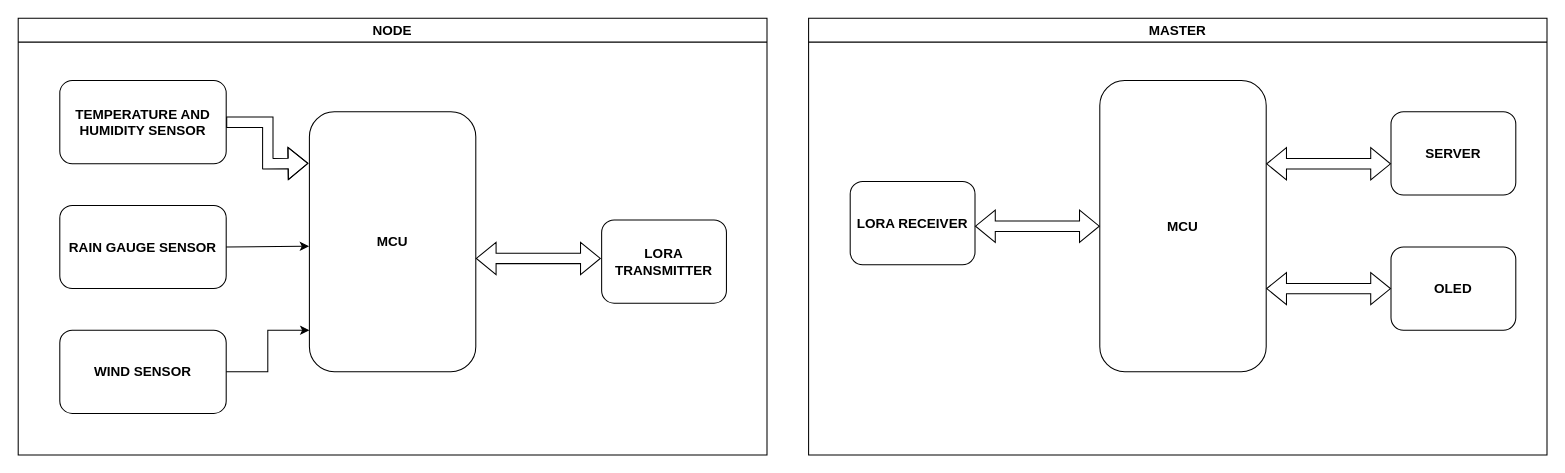
This is Image/Sơ đồ khối/Biểu đồ không có tiêu đề.drawio from tuanthanhhh/Weather_Monitoring_Station_System, a draw.io file, before an edit. Source tidied: cells renumbered, new cells numbered last; positions are measured from the earlier drawing's top-left corner, leaving out a move shared by most shapes. Both pictures are drawn from the tidied source at 104%, with x=0, y=0 at pixel (18, 18).
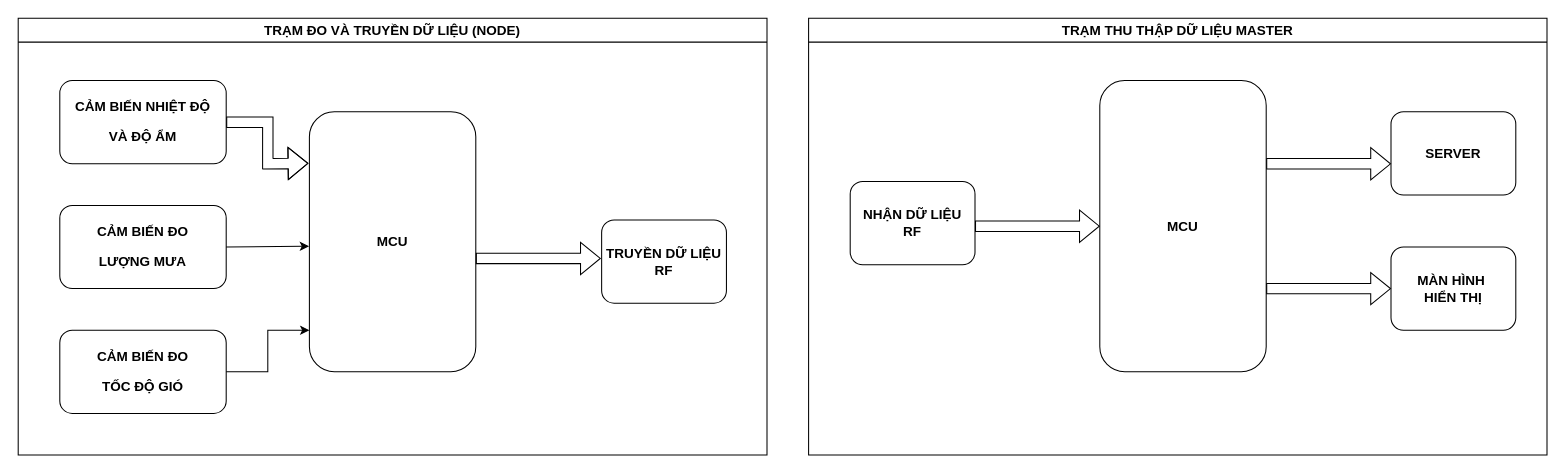
The same diagram, later.

What changed in the source:
```diff
@@
-    <mxCell id="2" value="&lt;p class=&quot;Listlevel2&quot; style=&quot;text-indent: 0cm; font-size: 13px;&quot;&gt;&lt;b style=&quot;font-size: 13px;&quot;&gt;TEMPERATURE AND HUMIDITY SENSOR&lt;/b&gt;&lt;/p&gt;" style="rounded=1;whiteSpace=wrap;html=1;fontStyle=1;fontSize=13;" parent="1" vertex="1">
+    <mxCell id="2" value="&lt;p class=&quot;Listlevel2&quot; style=&quot;text-indent: 0cm; font-size: 13px;&quot;&gt;CẢM BIẾN NHIỆT ĐỘ&lt;/p&gt;&lt;p class=&quot;Listlevel2&quot; style=&quot;text-indent: 0cm; font-size: 13px;&quot;&gt;VÀ ĐỘ ẨM&lt;/p&gt;" style="rounded=1;whiteSpace=wrap;html=1;fontStyle=1;fontSize=13;" parent="1" vertex="1">
       <mxGeometry x="40" y="60" width="160" height="80" as="geometry" />
     </mxCell>
@@
-    <mxCell id="4" value="&lt;p class=&quot;Listlevel2&quot; style=&quot;text-indent: 0cm; font-size: 13px;&quot;&gt;RAIN GAUGE SENSOR&lt;/p&gt;" style="rounded=1;whiteSpace=wrap;html=1;fontStyle=1;fontSize=13;" parent="1" vertex="1">
+    <mxCell id="4" value="&lt;p class=&quot;Listlevel2&quot; style=&quot;text-indent: 0cm; font-size: 13px;&quot;&gt;CẢM BIẾN ĐO&lt;/p&gt;&lt;p class=&quot;Listlevel2&quot; style=&quot;text-indent: 0cm; font-size: 13px;&quot;&gt;LƯỢNG MƯA&lt;/p&gt;" style="rounded=1;whiteSpace=wrap;html=1;fontStyle=1;fontSize=13;" parent="1" vertex="1">
       <mxGeometry x="40" y="180" width="160" height="80" as="geometry" />
     </mxCell>
-    <mxCell id="5" value="&lt;p class=&quot;Listlevel2&quot; style=&quot;text-indent: 0cm; font-size: 13px;&quot;&gt;WIND SENSOR&lt;/p&gt;" style="rounded=1;whiteSpace=wrap;html=1;fontStyle=1;fontSize=13;" parent="1" vertex="1">
+    <mxCell id="5" value="&lt;p class=&quot;Listlevel2&quot; style=&quot;text-indent: 0cm; font-size: 13px;&quot;&gt;CẢM BIẾN ĐO&lt;/p&gt;&lt;p class=&quot;Listlevel2&quot; style=&quot;text-indent: 0cm; font-size: 13px;&quot;&gt;TỐC ĐỘ GIÓ&lt;/p&gt;" style="rounded=1;whiteSpace=wrap;html=1;fontStyle=1;fontSize=13;" parent="1" vertex="1">
       <mxGeometry x="40" y="300" width="160" height="80" as="geometry" />
     </mxCell>
@@
-    <mxCell id="9" value="NODE" style="swimlane;whiteSpace=wrap;html=1;fontSize=13;" parent="1" vertex="1">
+    <mxCell id="9" value="TRẠM ĐO VÀ TRUYỀN DỮ LIỆU (NODE)" style="swimlane;whiteSpace=wrap;html=1;fontSize=13;" parent="1" vertex="1">
       <mxGeometry width="720" height="420" as="geometry" />
     </mxCell>
-    <mxCell id="10" style="shape=flexArrow;endArrow=classic;startArrow=classic;html=1;rounded=0;entryX=0;entryY=0.5;entryDx=0;entryDy=0;exitX=0.999;exitY=0.2;exitDx=0;exitDy=0;exitPerimeter=0;fontSize=13;" parent="9" edge="1">
+    <mxCell id="10" style="shape=flexArrow;endArrow=classic;startArrow=none;html=1;rounded=0;entryX=0;entryY=0.5;entryDx=0;entryDy=0;exitX=0.999;exitY=0.2;exitDx=0;exitDy=0;exitPerimeter=0;fontSize=13;startFill=0;" parent="9" edge="1">
       <mxGeometry relative="1" as="geometry">
         <mxPoint x="440" y="231" as="sourcePoint" />
         <mxPoint x="560.2" y="231" as="targetPoint" />
       </mxGeometry>
     </mxCell>
-    <mxCell id="11" value="LORA TRANSMITTER" style="rounded=1;whiteSpace=wrap;html=1;fontStyle=1;fontSize=13;" parent="9" vertex="1">
+    <mxCell id="11" value="TRUYỀN DỮ LIỆU&lt;div&gt;RF&lt;/div&gt;" style="rounded=1;whiteSpace=wrap;html=1;fontStyle=1;fontSize=13;" parent="9" vertex="1">
       <mxGeometry x="561" y="194" width="120" height="80" as="geometry" />
     </mxCell>
@@
-    <mxCell id="14" value="OLED" style="rounded=1;whiteSpace=wrap;html=1;fontStyle=1;fontSize=13;" parent="1" vertex="1">
+    <mxCell id="14" value="MÀN HÌNH&amp;nbsp;&lt;div&gt;HIỂN THỊ&lt;/div&gt;" style="rounded=1;whiteSpace=wrap;html=1;fontStyle=1;fontSize=13;" parent="1" vertex="1">
       <mxGeometry x="1320" y="220" width="120" height="80" as="geometry" />
     </mxCell>
-    <mxCell id="15" style="shape=flexArrow;endArrow=classic;startArrow=classic;html=1;rounded=0;entryX=0;entryY=0.5;entryDx=0;entryDy=0;exitX=0.999;exitY=0.2;exitDx=0;exitDy=0;exitPerimeter=0;fontSize=13;" parent="1" edge="1">
+    <mxCell id="15" style="shape=flexArrow;endArrow=classic;startArrow=none;html=1;rounded=0;entryX=0;entryY=0.5;entryDx=0;entryDy=0;exitX=0.999;exitY=0.2;exitDx=0;exitDy=0;exitPerimeter=0;fontSize=13;startFill=0;" parent="1" edge="1">
       <mxGeometry relative="1" as="geometry">
         <mxPoint x="1200" y="260" as="sourcePoint" />
         <mxPoint x="1320" y="260" as="targetPoint" />
       </mxGeometry>
     </mxCell>
-    <mxCell id="16" style="shape=flexArrow;endArrow=classic;startArrow=classic;html=1;rounded=0;entryX=0;entryY=0.5;entryDx=0;entryDy=0;exitX=0.999;exitY=0.2;exitDx=0;exitDy=0;exitPerimeter=0;fontSize=13;" parent="1" edge="1">
+    <mxCell id="16" style="shape=flexArrow;endArrow=classic;startArrow=none;html=1;rounded=0;entryX=0;entryY=0.5;entryDx=0;entryDy=0;exitX=0.999;exitY=0.2;exitDx=0;exitDy=0;exitPerimeter=0;fontSize=13;startFill=0;" parent="1" edge="1">
       <mxGeometry relative="1" as="geometry">
         <mxPoint x="1200" y="140" as="sourcePoint" />
         <mxPoint x="1320" y="140" as="targetPoint" />
       </mxGeometry>
     </mxCell>
-    <mxCell id="17" value="MASTER" style="swimlane;whiteSpace=wrap;html=1;fontSize=13;" parent="1" vertex="1">
+    <mxCell id="17" value="TRẠM THU THẬP DỮ LIỆU MASTER" style="swimlane;whiteSpace=wrap;html=1;fontSize=13;" parent="1" vertex="1">
       <mxGeometry x="760" width="710" height="420" as="geometry" />
     </mxCell>
-    <mxCell id="18" value="LORA RECEIVER" style="rounded=1;whiteSpace=wrap;html=1;fontStyle=1;fontSize=13;" parent="17" vertex="1">
+    <mxCell id="18" value="NHẬN DỮ LIỆU&lt;div&gt;RF&lt;/div&gt;" style="rounded=1;whiteSpace=wrap;html=1;fontStyle=1;fontSize=13;" parent="17" vertex="1">
       <mxGeometry x="40" y="157" width="120" height="80" as="geometry" />
     </mxCell>
-    <mxCell id="19" style="shape=flexArrow;endArrow=classic;startArrow=classic;html=1;rounded=0;entryX=0;entryY=0.5;entryDx=0;entryDy=0;exitX=0.999;exitY=0.2;exitDx=0;exitDy=0;exitPerimeter=0;fontSize=13;" parent="17" edge="1">
+    <mxCell id="19" style="shape=flexArrow;endArrow=classic;startArrow=none;html=1;rounded=0;entryX=0;entryY=0.5;entryDx=0;entryDy=0;exitX=0.999;exitY=0.2;exitDx=0;exitDy=0;exitPerimeter=0;fontSize=13;startFill=0;" parent="17" edge="1">
       <mxGeometry relative="1" as="geometry">
         <mxPoint x="160" y="200" as="sourcePoint" />
         <mxPoint x="280" y="200" as="targetPoint" />
       </mxGeometry>
     </mxCell>
```
